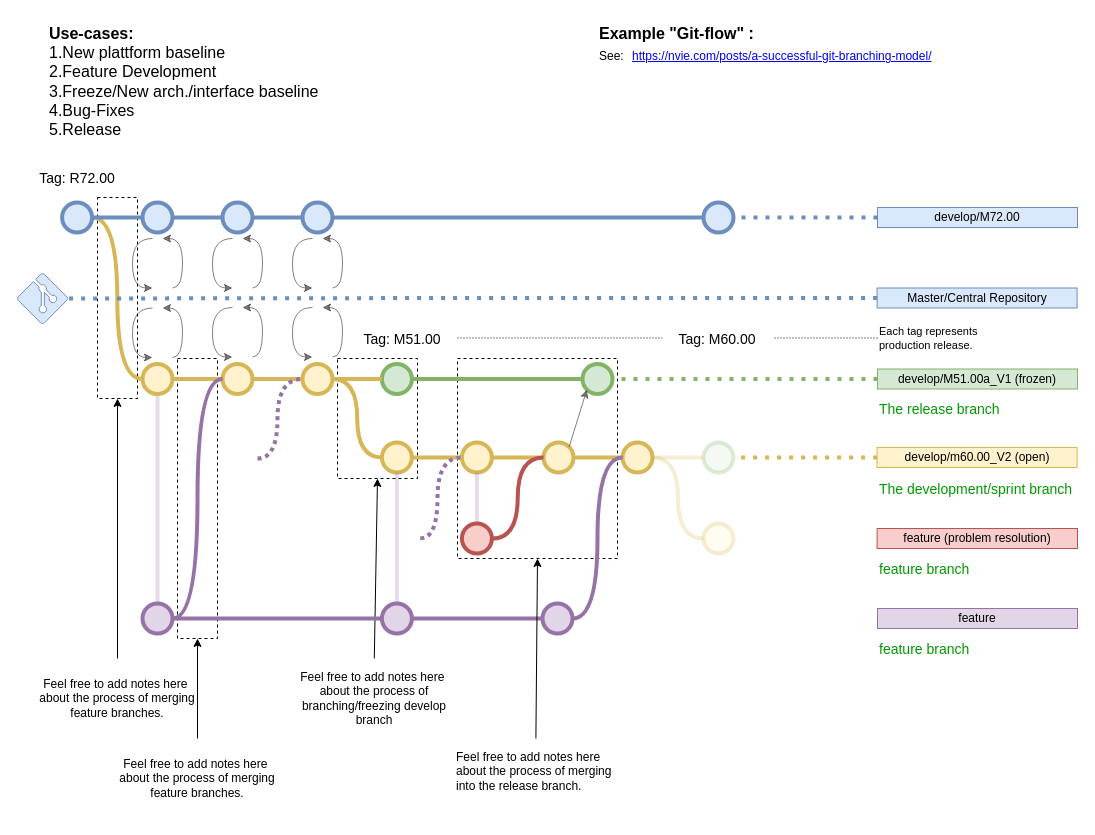
Earlier version of the draw.io diagram doc/GitHub_Branch_Strategy.drawio (DedeHa/TimeSheet). Source tidied: cells renumbered, new cells numbered last; positions are measured from the earlier drawing's top-left corner, leaving out a move shared by most shapes. Both pictures are drawn from the tidied source at 100%, with x=0, y=0 at pixel (17, 17).
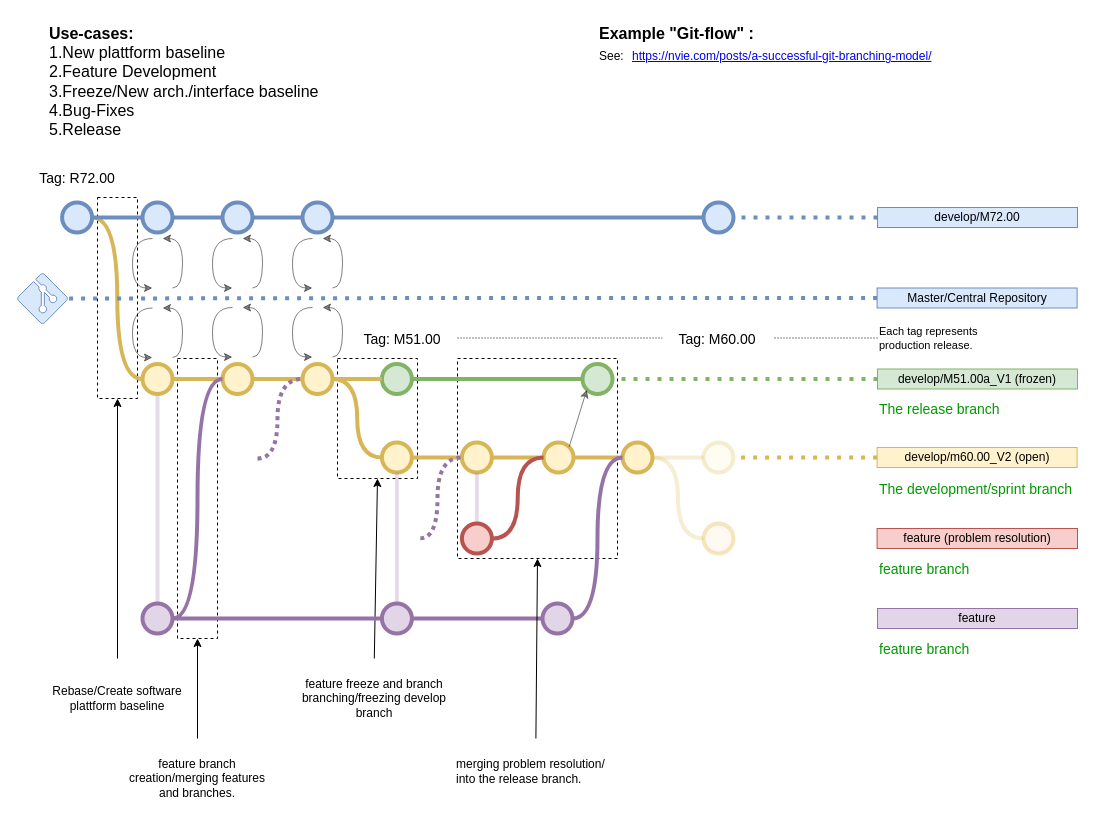
Above is the later version.

Commit message:
INF_D|GitHub-Branch_Strategy Rename activities

Diff of the diagram source:
```diff
@@
-    <mxCell id="18" value="&lt;span style=&quot;text-align: center&quot;&gt;Feel free to add notes here about the process of merging into the release branch.&lt;br&gt;&lt;/span&gt;" style="text;html=1;strokeColor=none;fillColor=none;align=left;verticalAlign=middle;whiteSpace=wrap;overflow=hidden;fontSize=12;fontStyle=0;fontColor=#000000;" parent="1" vertex="1">
+    <mxCell id="18" value="&lt;span style=&quot;text-align: center&quot;&gt;merging problem resolution/ into the release branch.&lt;br&gt;&lt;/span&gt;" style="text;html=1;strokeColor=none;fillColor=none;align=left;verticalAlign=middle;whiteSpace=wrap;overflow=hidden;fontSize=12;fontStyle=0;fontColor=#000000;" parent="1" vertex="1">
       <mxGeometry x="436.8" y="721" width="163.2" height="66" as="geometry" />
     </mxCell>
-    <mxCell id="19" value="&lt;div&gt;&lt;span&gt;Feel free to add notes here&amp;nbsp;&lt;/span&gt;&lt;/div&gt;&lt;div style=&quot;&quot;&gt;&lt;span&gt;about the process of merging feature branches.&lt;/span&gt;&lt;/div&gt;" style="text;html=1;strokeColor=none;fillColor=none;align=center;verticalAlign=middle;whiteSpace=wrap;overflow=hidden;fontSize=12;fontStyle=0;fontColor=#000000;" parent="1" vertex="1">
+    <mxCell id="19" value="&lt;div&gt;&lt;span style=&quot;background-color: initial;&quot;&gt;feature branch creation/merging features and branches.&lt;/span&gt;&lt;br&gt;&lt;/div&gt;" style="text;html=1;strokeColor=none;fillColor=none;align=center;verticalAlign=middle;whiteSpace=wrap;overflow=hidden;fontSize=12;fontStyle=0;fontColor=#000000;" parent="1" vertex="1">
       <mxGeometry x="100" y="721" width="160" height="80" as="geometry" />
     </mxCell>
@@
-    <mxCell id="39" value="&lt;div&gt;&lt;span&gt;Feel free to add notes here&amp;nbsp;&lt;/span&gt;&lt;/div&gt;&lt;div&gt;&lt;span&gt;about the process of branching/freezing develop branch&lt;/span&gt;&lt;/div&gt;" style="text;html=1;strokeColor=none;fillColor=none;align=center;verticalAlign=middle;whiteSpace=wrap;overflow=hidden;fontSize=12;fontStyle=0;fontColor=#000000;" parent="1" vertex="1">
+    <mxCell id="39" value="&lt;div&gt;&lt;span style=&quot;background-color: initial;&quot;&gt;feature freeze and branch branching/freezing develop branch&lt;/span&gt;&lt;br&gt;&lt;/div&gt;" style="text;html=1;strokeColor=none;fillColor=none;align=center;verticalAlign=middle;whiteSpace=wrap;overflow=hidden;fontSize=12;fontStyle=0;fontColor=#000000;" parent="1" vertex="1">
       <mxGeometry x="276.8" y="641" width="160" height="80" as="geometry" />
     </mxCell>
@@
-    <mxCell id="55" style="verticalLabelPosition=bottom;verticalAlign=top;html=1;strokeWidth=4;shape=mxgraph.flowchart.on-page_reference;strokeColor=#82b366;fillColor=#d5e8d4;opacity=25;" parent="1" vertex="1">
+    <mxCell id="55" style="verticalLabelPosition=bottom;verticalAlign=top;html=1;strokeWidth=4;shape=mxgraph.flowchart.on-page_reference;strokeColor=#d6b656;fillColor=#fff2cc;opacity=25;" parent="1" vertex="1">
       <mxGeometry x="686" y="425" width="30" height="30" as="geometry" />
     </mxCell>
@@
-    <mxCell id="71" style="verticalLabelPosition=bottom;verticalAlign=top;html=1;strokeWidth=4;shape=mxgraph.flowchart.on-page_reference;strokeColor=#d6b656;fillColor=#fff2cc;opacity=25;" parent="1" vertex="1">
+    <mxCell id="71" style="verticalLabelPosition=bottom;verticalAlign=top;html=1;strokeWidth=4;shape=mxgraph.flowchart.on-page_reference;strokeColor=#d79b00;fillColor=#ffe6cc;opacity=25;" parent="1" vertex="1">
       <mxGeometry x="686" y="506" width="30" height="30" as="geometry" />
     </mxCell>
@@
-    <mxCell id="97" value="&lt;div&gt;&lt;span&gt;Feel free to add notes here&amp;nbsp;&lt;/span&gt;&lt;/div&gt;&lt;div style=&quot;&quot;&gt;&lt;span&gt;about the process of merging feature branches.&lt;/span&gt;&lt;/div&gt;" style="text;html=1;strokeColor=none;fillColor=none;align=center;verticalAlign=middle;whiteSpace=wrap;overflow=hidden;fontSize=12;fontStyle=0;fontColor=#000000;" parent="1" vertex="1">
+    <mxCell id="97" value="&lt;div&gt;&lt;span style=&quot;background-color: initial;&quot;&gt;Rebase/Create software plattform baseline&lt;/span&gt;&lt;br&gt;&lt;/div&gt;" style="text;html=1;strokeColor=none;fillColor=none;align=center;verticalAlign=middle;whiteSpace=wrap;overflow=hidden;fontSize=12;fontStyle=0;fontColor=#000000;" parent="1" vertex="1">
       <mxGeometry x="20" y="641" width="160" height="80" as="geometry" />
     </mxCell>
```
